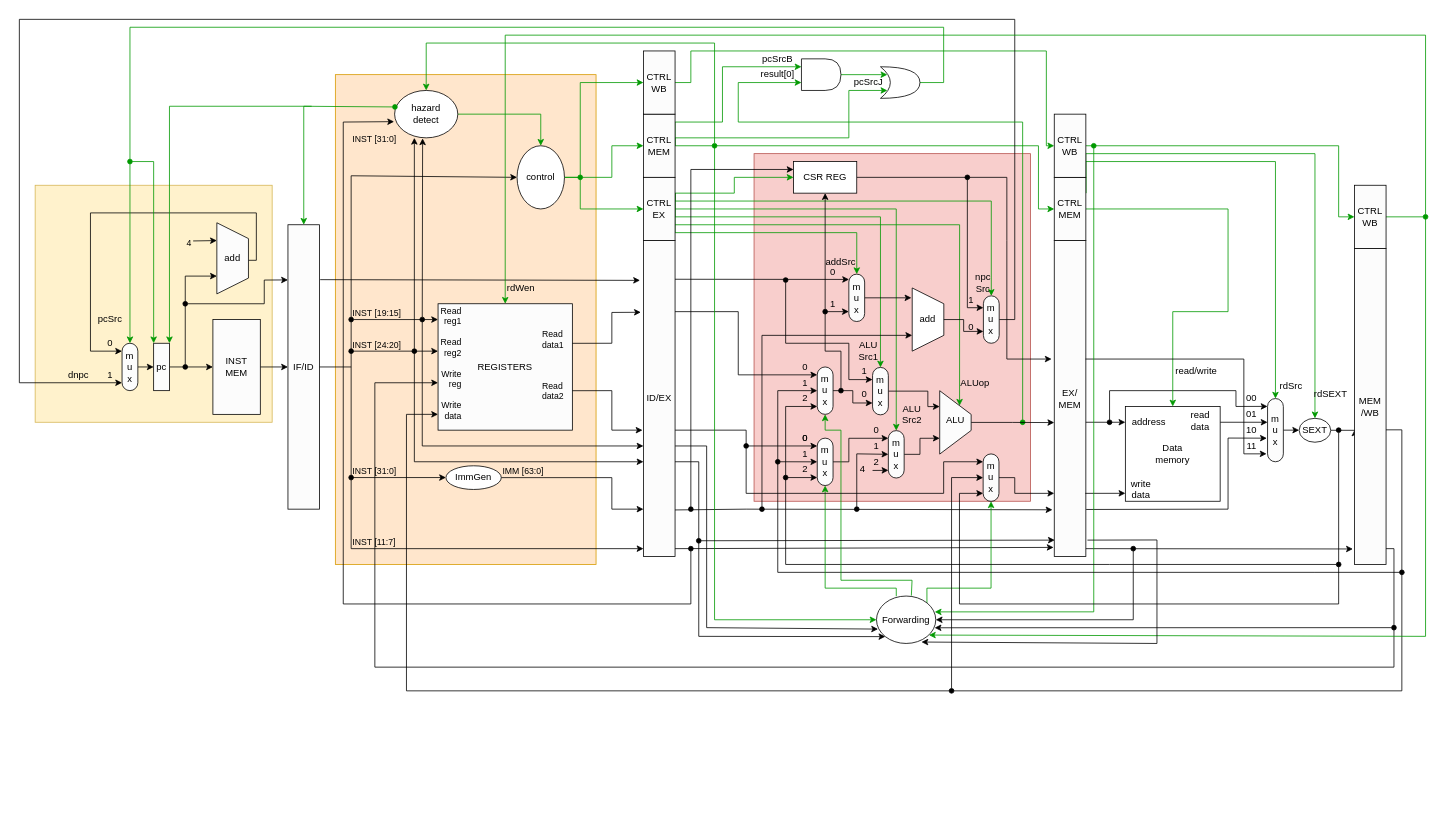
Earlier version of the draw.io diagram Untitled Diagram.drawio (francisyuu/drawtest). Source tidied: cells renumbered, new cells numbered last; positions are measured from the earlier drawing's top-left corner, leaving out a move shared by most shapes. Both pictures are drawn from the tidied source at 79%, with x=0, y=0 at pixel (19, 19).
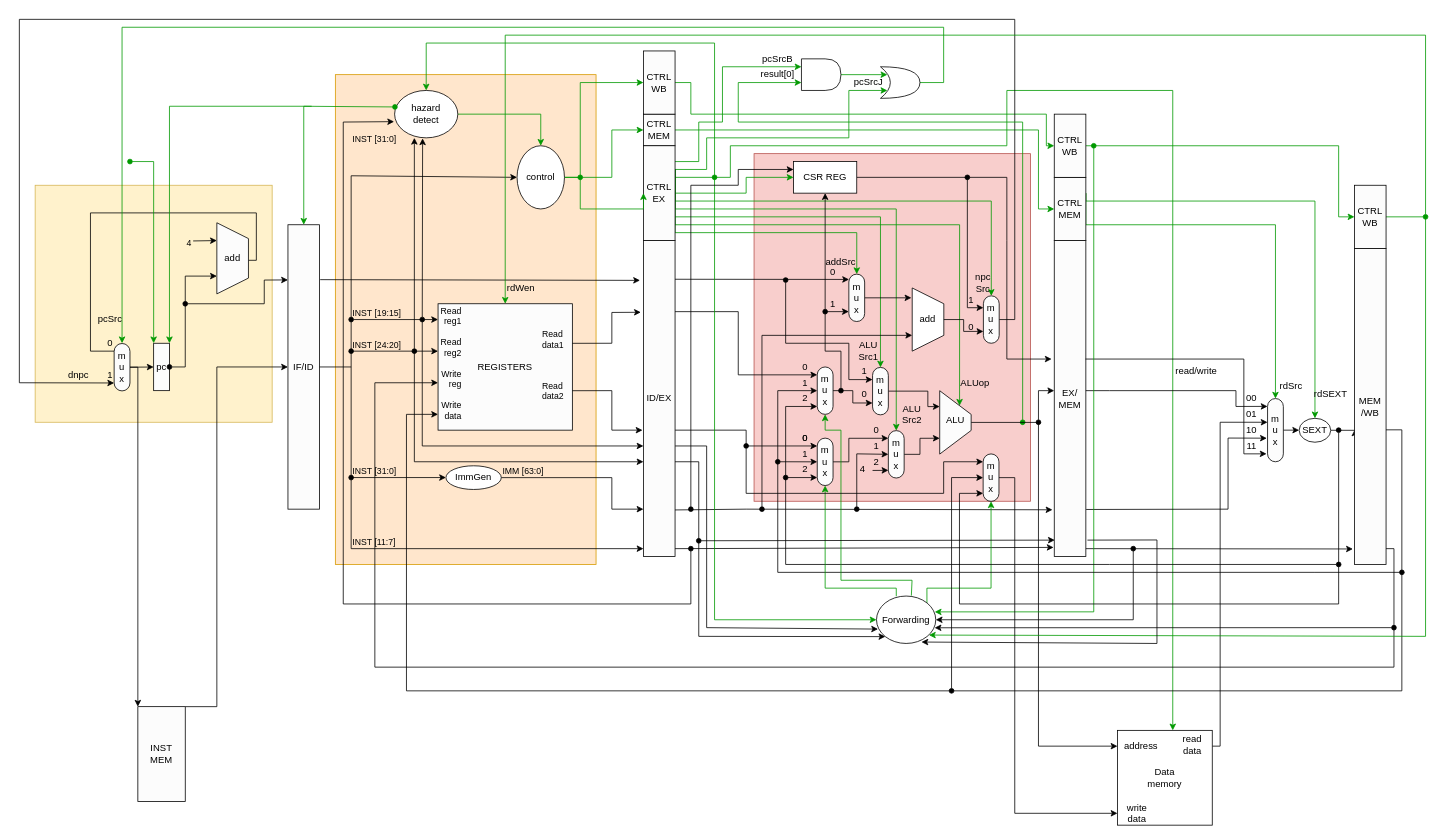
Above is the later version.

Unchanged cells that the change refers to:
```xml
<mxCell id="8" value="pc" style="rounded=0;whiteSpace=wrap;html=1;labelBackgroundColor=none;fontColor=default;fillColor=#FCFCFC;" parent="1" vertex="1">
  <mxGeometry x="170" y="410" width="20" height="60" as="geometry" />
</mxCell>
<mxCell id="11" value="IF/ID" style="rounded=0;whiteSpace=wrap;html=1;labelBackgroundColor=none;fontColor=default;fillColor=#FCFCFC;" parent="1" vertex="1">
  <mxGeometry x="340" y="260" width="40" height="360" as="geometry" />
</mxCell>
<mxCell id="18" style="shape=trapezoid;perimeter=trapezoidPerimeter;whiteSpace=wrap;html=1;fixedSize=1;labelBackgroundColor=none;sketch=0;fontColor=default;fillColor=#FCFCFC;rotation=90;" parent="1" vertex="1">
  <mxGeometry x="225" y="282.5" width="90" height="40" as="geometry" />
</mxCell>
<mxCell id="44" value="CTRL&lt;br&gt;WB" style="rounded=0;whiteSpace=wrap;html=1;labelBackgroundColor=none;sketch=0;fontColor=default;fillColor=#FCFCFC;" parent="1" vertex="1">
  <mxGeometry x="790" y="40" width="40" height="80" as="geometry" />
</mxCell>
<mxCell id="65" value="EX/&lt;br&gt;MEM" style="rounded=0;whiteSpace=wrap;html=1;labelBackgroundColor=none;fontColor=default;fillColor=#FCFCFC;" parent="1" vertex="1">
  <mxGeometry x="1310" y="280" width="40" height="400" as="geometry" />
</mxCell>
<mxCell id="72" value="m&lt;br&gt;u&lt;br&gt;x" style="rounded=1;whiteSpace=wrap;html=1;labelBackgroundColor=none;fontColor=default;fillColor=#FCFCFC;arcSize=50;rotation=0;verticalAlign=middle;" parent="1" vertex="1">
  <mxGeometry x="1580" y="480" width="20" height="80" as="geometry" />
</mxCell>
<mxCell id="80" value="Data&lt;br&gt;memory" style="rounded=0;whiteSpace=wrap;html=1;" parent="79" vertex="1">
  <mxGeometry x="10" width="120" height="120" as="geometry" />
</mxCell>
<mxCell id="81" value="address" style="text;strokeColor=none;align=center;fillColor=none;html=1;verticalAlign=middle;whiteSpace=wrap;rounded=0;" parent="79" vertex="1">
  <mxGeometry x="10" y="5" width="60" height="30" as="geometry" />
</mxCell>
<mxCell id="90" value="CTRL&lt;br&gt;MEM" style="rounded=0;whiteSpace=wrap;html=1;labelBackgroundColor=none;sketch=0;fontColor=default;fillColor=#FCFCFC;" parent="1" vertex="1">
  <mxGeometry x="1310" y="200" width="40" height="80" as="geometry" />
</mxCell>
<mxCell id="92" value="CTRL&lt;br&gt;WB" style="rounded=0;whiteSpace=wrap;html=1;labelBackgroundColor=none;sketch=0;fontColor=default;fillColor=#FCFCFC;" parent="1" vertex="1">
  <mxGeometry x="1310" y="120" width="40" height="80" as="geometry" />
</mxCell>
<mxCell id="97" style="shape=delay;whiteSpace=wrap;html=1;" parent="1" vertex="1">
  <mxGeometry x="990" y="50" width="50" height="40" as="geometry" />
</mxCell>
<mxCell id="124" value="0" style="text;strokeColor=none;align=center;fillColor=none;html=1;verticalAlign=middle;whiteSpace=wrap;rounded=0;" parent="1" vertex="1">
  <mxGeometry x="100" y="400" width="30" height="20" as="geometry" />
</mxCell>
<mxCell id="126" style="shape=xor;whiteSpace=wrap;html=1;" parent="1" vertex="1">
  <mxGeometry x="1090" y="60" width="50" height="40" as="geometry" />
</mxCell>
<mxCell id="130" value="SEXT" style="ellipse;whiteSpace=wrap;html=1;" parent="1" vertex="1">
  <mxGeometry x="1620" y="505" width="40" height="30.3" as="geometry" />
</mxCell>
<mxCell id="137" style="shape=trapezoid;perimeter=trapezoidPerimeter;whiteSpace=wrap;html=1;fixedSize=1;labelBackgroundColor=none;sketch=0;fontColor=default;fillColor=#FCFCFC;rotation=90;size=29.960000000000036;" parent="1" vertex="1">
  <mxGeometry x="1144.8" y="490.3" width="80.2" height="39.8" as="geometry" />
</mxCell>
<mxCell id="149" value="Forwarding" style="ellipse;whiteSpace=wrap;html=1;" parent="1" vertex="1">
  <mxGeometry x="1085" y="730" width="75" height="60" as="geometry" />
</mxCell>
<mxCell id="164" value="hazard&lt;br&gt;detect" style="ellipse;whiteSpace=wrap;html=1;" parent="1" vertex="1">
  <mxGeometry x="475" y="90" width="80" height="60" as="geometry" />
</mxCell>
<mxCell id="172" value="m&lt;br&gt;u&lt;br&gt;x" style="rounded=1;whiteSpace=wrap;html=1;labelBackgroundColor=none;fontColor=default;fillColor=#FCFCFC;arcSize=50;rotation=0;verticalAlign=middle;" parent="1" vertex="1">
  <mxGeometry x="1220" y="550.1" width="20" height="60" as="geometry" />
</mxCell>
<mxCell id="192" value="CSR REG" style="rounded=0;whiteSpace=wrap;html=1;" parent="1" vertex="1">
  <mxGeometry x="980" y="180" width="80" height="40" as="geometry" />
</mxCell>
```

Change to the diagram source:
```diff
@@
-    <mxCell id="7" style="edgeStyle=none;rounded=0;jumpStyle=none;jumpSize=6;jettySize=auto;html=1;exitX=1;exitY=0.5;exitDx=0;exitDy=0;entryX=0;entryY=0.5;entryDx=0;entryDy=0;fontColor=default;startArrow=none;startFill=0;sourcePerimeterSpacing=0;elbow=vertical;" parent="1" edge="1" source="8" target="10">
-      <mxGeometry relative="1" as="geometry" />
-    </mxCell>
@@
-    <mxCell id="9" style="edgeStyle=none;rounded=0;jumpStyle=none;jumpSize=6;jettySize=auto;html=1;exitX=1;exitY=0.5;exitDx=0;exitDy=0;entryX=0;entryY=0.5;entryDx=0;entryDy=0;fontColor=default;startArrow=none;startFill=0;sourcePerimeterSpacing=0;elbow=vertical;" parent="1" edge="1" source="10" target="11">
-      <mxGeometry relative="1" as="geometry" />
+    <mxCell id="9" style="edgeStyle=none;rounded=0;jumpStyle=none;jumpSize=6;jettySize=auto;html=1;exitX=1;exitY=0;exitDx=0;exitDy=0;entryX=0;entryY=0.5;entryDx=0;entryDy=0;fontColor=default;startArrow=none;startFill=0;sourcePerimeterSpacing=0;elbow=vertical;" parent="1" edge="1" source="10" target="11">
+      <mxGeometry relative="1" as="geometry">
+        <Array as="points">
+          <mxPoint x="250" y="870" />
+          <mxPoint x="250" y="440" />
+        </Array>
+      </mxGeometry>
     </mxCell>
     <mxCell id="10" value="INST MEM" style="rounded=0;whiteSpace=wrap;html=1;labelBackgroundColor=none;fontColor=default;fillColor=#FCFCFC;" parent="1" vertex="1">
-      <mxGeometry x="245" y="380" width="60" height="120" as="geometry" />
+      <mxGeometry x="150" y="870" width="60" height="120" as="geometry" />
     </mxCell>
@@
-    <mxCell id="13" style="endArrow=classic;html=1;rounded=0;fontColor=default;sourcePerimeterSpacing=0;elbow=vertical;jumpStyle=none;jumpSize=6;entryX=0.75;entryY=1;entryDx=0;entryDy=0;startArrow=oval;startFill=1;" parent="1" edge="1" target="18">
+    <mxCell id="13" style="endArrow=classic;html=1;rounded=0;fontColor=default;sourcePerimeterSpacing=0;elbow=vertical;jumpStyle=none;jumpSize=6;entryX=0.75;entryY=1;entryDx=0;entryDy=0;startArrow=oval;startFill=1;exitX=1;exitY=0.5;exitDx=0;exitDy=0;" parent="1" edge="1" source="8" target="18">
       <mxGeometry relative="1" as="geometry">
-        <mxPoint x="210" y="440" as="sourcePoint" />
         <Array as="points">
+          <mxPoint x="210" y="440" />
           <mxPoint x="210" y="325" />
         </Array>
       </mxGeometry>
     </mxCell>
@@
-    <mxCell id="39" style="edgeStyle=orthogonalEdgeStyle;rounded=0;jettySize=auto;html=1;exitX=1;exitY=0.5;exitDx=0;exitDy=0;entryX=0;entryY=0.5;entryDx=0;entryDy=0;strokeColor=#009900;" parent="1" edge="1" source="42" target="90">
+    <mxCell id="39" style="edgeStyle=orthogonalEdgeStyle;rounded=0;jettySize=auto;html=1;strokeColor=#009900;exitX=0.971;exitY=0.13;exitDx=0;exitDy=0;exitPerimeter=0;" parent="1" edge="1" source="51" target="80">
       <mxGeometry relative="1" as="geometry">
         <Array as="points">
-          <mxPoint x="1290" y="160" />
-          <mxPoint x="1290" y="240" />
+          <mxPoint x="829" y="200" />
+          <mxPoint x="900" y="200" />
+          <mxPoint x="900" y="160" />
+          <mxPoint x="1250" y="160" />
+          <mxPoint x="1250" y="90" />
+          <mxPoint x="1460" y="90" />
         </Array>
       </mxGeometry>
     </mxCell>
-    <mxCell id="40" style="edgeStyle=orthogonalEdgeStyle;rounded=0;jettySize=auto;html=1;exitX=1;exitY=0.5;exitDx=0;exitDy=0;entryX=0;entryY=0.25;entryDx=0;entryDy=0;strokeColor=#009900;" parent="1" edge="1" source="42" target="97">
+    <mxCell id="40" style="edgeStyle=orthogonalEdgeStyle;rounded=0;jettySize=auto;html=1;exitX=0.995;exitY=0.167;exitDx=0;exitDy=0;entryX=0;entryY=0.25;entryDx=0;entryDy=0;strokeColor=#009900;exitPerimeter=0;" parent="1" edge="1" source="51" target="97">
       <mxGeometry relative="1" as="geometry">
         <Array as="points">
-          <mxPoint x="830" y="130" />
+          <mxPoint x="860" y="180" />
+          <mxPoint x="860" y="130" />
           <mxPoint x="890" y="130" />
           <mxPoint x="890" y="60" />
         </Array>
       </mxGeometry>
     </mxCell>
-    <mxCell id="41" style="edgeStyle=orthogonalEdgeStyle;rounded=0;jettySize=auto;html=1;exitX=1;exitY=0.5;exitDx=0;exitDy=0;entryX=0.175;entryY=0.75;entryDx=0;entryDy=0;entryPerimeter=0;strokeColor=#009900;" parent="1" edge="1" source="42" target="126">
+    <mxCell id="41" style="edgeStyle=orthogonalEdgeStyle;rounded=0;jettySize=auto;html=1;entryX=0.175;entryY=0.75;entryDx=0;entryDy=0;entryPerimeter=0;strokeColor=#009900;exitX=0.977;exitY=0.185;exitDx=0;exitDy=0;exitPerimeter=0;" parent="1" edge="1" source="51" target="126">
       <mxGeometry relative="1" as="geometry">
         <Array as="points">
-          <mxPoint x="830" y="150" />
+          <mxPoint x="870" y="190" />
+          <mxPoint x="870" y="150" />
           <mxPoint x="1050" y="150" />
           <mxPoint x="1050" y="90" />
         </Array>
       </mxGeometry>
     </mxCell>
+    <mxCell id="199" style="edgeStyle=orthogonalEdgeStyle;rounded=0;jettySize=auto;html=1;exitX=1;exitY=0.5;exitDx=0;exitDy=0;entryX=0;entryY=0.5;entryDx=0;entryDy=0;startArrow=none;startFill=0;strokeColor=#009900;" parent="1" edge="1" source="42" target="90">
+      <mxGeometry relative="1" as="geometry">
+        <Array as="points">
+          <mxPoint x="1290" y="140" />
+          <mxPoint x="1290" y="240" />
+        </Array>
+      </mxGeometry>
+    </mxCell>
     <mxCell id="42" value="CTRL&lt;br&gt;MEM" style="rounded=0;whiteSpace=wrap;html=1;labelBackgroundColor=none;sketch=0;fontColor=default;fillColor=#FCFCFC;" parent="1" vertex="1">
-      <mxGeometry x="790" y="120" width="40" height="80" as="geometry" />
+      <mxGeometry x="790" y="120" width="40" height="40" as="geometry" />
     </mxCell>
     <mxCell id="43" style="edgeStyle=orthogonalEdgeStyle;rounded=0;jettySize=auto;html=1;exitX=1;exitY=0.5;exitDx=0;exitDy=0;entryX=0;entryY=0.5;entryDx=0;entryDy=0;strokeColor=#009900;" parent="1" edge="1" source="44" target="92">
       <mxGeometry relative="1" as="geometry">
         <Array as="points">
           <mxPoint x="850" y="80" />
-          <mxPoint x="850" y="40" />
-          <mxPoint x="1300" y="40" />
+          <mxPoint x="850" y="120" />
+          <mxPoint x="1300" y="120" />
           <mxPoint x="1300" y="160" />
         </Array>
       </mxGeometry>
     </mxCell>
@@
     <mxCell id="50" style="edgeStyle=orthogonalEdgeStyle;rounded=0;jettySize=auto;html=1;exitX=1;exitY=0.25;exitDx=0;exitDy=0;entryX=0;entryY=0.5;entryDx=0;entryDy=0;strokeColor=#009900;" parent="1" edge="1" source="51" target="192">
-      <mxGeometry relative="1" as="geometry" />
+      <mxGeometry relative="1" as="geometry">
+        <Array as="points">
+          <mxPoint x="830" y="220" />
+          <mxPoint x="920" y="220" />
+          <mxPoint x="920" y="200" />
+        </Array>
+      </mxGeometry>
     </mxCell>
     <mxCell id="51" value="CTRL&lt;br&gt;EX" style="rounded=0;whiteSpace=wrap;html=1;labelBackgroundColor=none;sketch=0;fontColor=default;fillColor=#FCFCFC;" parent="1" vertex="1">
-      <mxGeometry x="790" y="200" width="40" height="80" as="geometry" />
+      <mxGeometry x="790" y="160" width="40" height="120" as="geometry" />
     </mxCell>
@@
-    <mxCell id="54" style="edgeStyle=orthogonalEdgeStyle;rounded=0;jettySize=auto;html=1;entryX=0;entryY=0.5;entryDx=0;entryDy=0;startArrow=oval;startFill=1;strokeColor=#009900;" parent="1" edge="1" target="42">
+    <mxCell id="54" style="edgeStyle=orthogonalEdgeStyle;rounded=0;jettySize=auto;html=1;startArrow=oval;startFill=1;strokeColor=#009900;entryX=0;entryY=0.5;entryDx=0;entryDy=0;" parent="1" edge="1" target="42">
       <mxGeometry relative="1" as="geometry">
         <mxPoint x="710" y="200" as="sourcePoint" />
         <Array as="points">
           <mxPoint x="750" y="200" />
-          <mxPoint x="750" y="160" />
+          <mxPoint x="750" y="140" />
         </Array>
       </mxGeometry>
     </mxCell>
@@
-    <mxCell id="66" style="endArrow=classic;html=1;rounded=0;exitX=1;exitY=0.722;exitDx=0;exitDy=0;exitPerimeter=0;" parent="1" edge="1">
-      <mxGeometry relative="1" as="geometry">
-        <mxPoint x="1350" y="510" as="sourcePoint" />
-        <mxPoint x="1400" y="510" as="targetPoint" />
-      </mxGeometry>
-    </mxCell>
-    <mxCell id="67" style="endArrow=classic;html=1;rounded=0;exitX=0.982;exitY=0.8;exitDx=0;exitDy=0;exitPerimeter=0;entryX=0.167;entryY=0.665;entryDx=0;entryDy=0;entryPerimeter=0;" parent="1" edge="1" source="65" target="82">
-      <mxGeometry relative="1" as="geometry" />
-    </mxCell>
     <mxCell id="68" style="endArrow=classic;html=1;rounded=0;entryX=0;entryY=0.375;entryDx=0;entryDy=0;entryPerimeter=0;" parent="1" edge="1" target="72">
       <mxGeometry relative="1" as="geometry">
-        <mxPoint x="1520" y="510" as="sourcePoint" />
+        <mxPoint x="1510" y="920" as="sourcePoint" />
+        <Array as="points">
+          <mxPoint x="1520" y="920" />
+          <mxPoint x="1520" y="510" />
+        </Array>
       </mxGeometry>
     </mxCell>
-    <mxCell id="69" style="endArrow=classic;html=1;rounded=0;entryX=0;entryY=0.124;entryDx=0;entryDy=0;entryPerimeter=0;startArrow=oval;startFill=1;" parent="1" edge="1" target="72">
+    <mxCell id="69" style="endArrow=classic;html=1;rounded=0;entryX=0;entryY=0.124;entryDx=0;entryDy=0;entryPerimeter=0;startArrow=none;startFill=0;exitX=1;exitY=0.475;exitDx=0;exitDy=0;exitPerimeter=0;" parent="1" edge="1" source="65" target="72">
       <mxGeometry relative="1" as="geometry">
-        <mxPoint x="1380" y="510" as="sourcePoint" />
         <Array as="points">
           <mxPoint x="1380" y="470" />
           <mxPoint x="1540" y="470" />
           <mxPoint x="1540" y="490" />
         </Array>
       </mxGeometry>
     </mxCell>
@@
     <mxCell id="79" style="group;" parent="1" vertex="1">
-      <mxGeometry x="1390" y="490" width="130" height="120" as="geometry" />
+      <mxGeometry x="1380" y="900" width="130" height="120" as="geometry" />
     </mxCell>
@@
     <mxCell id="82" value="write&lt;br&gt;data" style="text;strokeColor=none;align=center;fillColor=none;html=1;verticalAlign=middle;whiteSpace=wrap;rounded=0;" parent="79" vertex="1">
-      <mxGeometry y="90" width="60" height="30" as="geometry" />
+      <mxGeometry x="10" y="90" width="50" height="30" as="geometry" />
     </mxCell>
@@
+    <mxCell id="200" style="edgeStyle=orthogonalEdgeStyle;rounded=0;jettySize=auto;html=1;exitX=1;exitY=0.5;exitDx=0;exitDy=0;entryX=0;entryY=0;entryDx=0;entryDy=0;strokeColor=#000000;startArrow=none;startFill=0;" parent="1" edge="1" source="86" target="10">
+      <mxGeometry relative="1" as="geometry">
+        <Array as="points">
+          <mxPoint x="150" y="440" />
+          <mxPoint x="150" y="870" />
+        </Array>
+      </mxGeometry>
+    </mxCell>
     <mxCell id="86" value="m&lt;br&gt;u&lt;br&gt;x" style="rounded=1;whiteSpace=wrap;html=1;labelBackgroundColor=none;fontColor=default;fillColor=#FCFCFC;arcSize=50;rotation=0;verticalAlign=middle;" parent="1" vertex="1">
-      <mxGeometry x="130" y="410" width="20" height="60" as="geometry" />
+      <mxGeometry x="120" y="410.3" width="20" height="60" as="geometry" />
     </mxCell>
-    <mxCell id="87" style="edgeStyle=orthogonalEdgeStyle;rounded=0;jettySize=auto;html=1;entryX=0.5;entryY=0;entryDx=0;entryDy=0;exitX=1;exitY=0.5;exitDx=0;exitDy=0;strokeColor=#009900;" parent="1" edge="1" source="90" target="80">
-      <mxGeometry relative="1" as="geometry">
-        <Array as="points">
-          <mxPoint x="1530" y="240" />
-          <mxPoint x="1530" y="370" />
-          <mxPoint x="1460" y="370" />
-        </Array>
-      </mxGeometry>
-    </mxCell>
     <mxCell id="88" style="edgeStyle=orthogonalEdgeStyle;rounded=0;jettySize=auto;html=1;exitX=1;exitY=0.25;exitDx=0;exitDy=0;strokeColor=#009900;" parent="1" edge="1" source="90">
       <mxGeometry relative="1" as="geometry">
         <mxPoint x="1590" y="480" as="targetPoint" />
         <Array as="points">
-          <mxPoint x="1350" y="180" />
-          <mxPoint x="1590" y="180" />
+          <mxPoint x="1350" y="260" />
+          <mxPoint x="1590" y="260" />
         </Array>
       </mxGeometry>
     </mxCell>
     <mxCell id="89" style="edgeStyle=orthogonalEdgeStyle;rounded=0;jettySize=auto;html=1;exitX=1;exitY=0.25;exitDx=0;exitDy=0;entryX=0.5;entryY=0;entryDx=0;entryDy=0;strokeColor=#009900;" parent="1" edge="1" source="90" target="130">
       <mxGeometry relative="1" as="geometry">
         <Array as="points">
-          <mxPoint x="1350" y="170" />
-          <mxPoint x="1640" y="170" />
+          <mxPoint x="1350" y="230" />
+          <mxPoint x="1640" y="230" />
         </Array>
       </mxGeometry>
     </mxCell>
@@
-    <mxCell id="95" style="edgeStyle=orthogonalEdgeStyle;rounded=0;jettySize=auto;html=1;exitX=1;exitY=0.5;exitDx=0;exitDy=0;exitPerimeter=0;strokeColor=#009900;" parent="1" edge="1" source="126">
+    <mxCell id="95" style="edgeStyle=orthogonalEdgeStyle;rounded=0;jettySize=auto;html=1;exitX=1;exitY=0.5;exitDx=0;exitDy=0;exitPerimeter=0;strokeColor=#009900;entryX=1;entryY=0.5;entryDx=0;entryDy=0;" parent="1" edge="1" source="126" target="124">
       <mxGeometry relative="1" as="geometry">
-        <mxPoint x="140" y="410" as="targetPoint" />
         <Array as="points">
           <mxPoint x="1170" y="80" />
           <mxPoint x="1170" y="10" />
-          <mxPoint x="140" y="10" />
+          <mxPoint x="130" y="10" />
         </Array>
       </mxGeometry>
     </mxCell>
@@
-    <mxCell id="136" style="edgeStyle=orthogonalEdgeStyle;rounded=0;jettySize=auto;html=1;exitX=0.5;exitY=0;exitDx=0;exitDy=0;entryX=0;entryY=0.576;entryDx=0;entryDy=0;entryPerimeter=0;" parent="1" edge="1" source="137" target="65">
-      <mxGeometry relative="1" as="geometry" />
+    <mxCell id="136" style="edgeStyle=orthogonalEdgeStyle;rounded=0;jettySize=auto;html=1;exitX=0.5;exitY=0;exitDx=0;exitDy=0;entryX=0;entryY=0.5;entryDx=0;entryDy=0;" parent="1" edge="1" source="137" target="81">
+      <mxGeometry relative="1" as="geometry">
+        <Array as="points">
+          <mxPoint x="1290" y="510" />
+          <mxPoint x="1290" y="920" />
+        </Array>
+      </mxGeometry>
     </mxCell>
@@
     <mxCell id="165" style="endArrow=classic;html=1;rounded=0;entryX=0.5;entryY=0;entryDx=0;entryDy=0;startArrow=oval;startFill=1;strokeColor=#009900;" parent="1" edge="1" target="164">
       <mxGeometry relative="1" as="geometry">
-        <mxPoint x="880" y="160" as="sourcePoint" />
+        <mxPoint x="880" y="200" as="sourcePoint" />
         <Array as="points">
           <mxPoint x="880" y="30" />
           <mxPoint x="515" y="30" />
         </Array>
       </mxGeometry>
     </mxCell>
@@
-    <mxCell id="171" style="edgeStyle=orthogonalEdgeStyle;rounded=0;jettySize=auto;html=1;exitX=1;exitY=0.5;exitDx=0;exitDy=0;entryX=0;entryY=0.8;entryDx=0;entryDy=0;entryPerimeter=0;" parent="1" edge="1" source="172" target="65">
+    <mxCell id="171" style="edgeStyle=orthogonalEdgeStyle;rounded=0;jettySize=auto;html=1;exitX=1;exitY=0.5;exitDx=0;exitDy=0;entryX=0;entryY=0.5;entryDx=0;entryDy=0;" parent="1" edge="1" source="172" target="82">
       <mxGeometry relative="1" as="geometry">
         <Array as="points">
           <mxPoint x="1260" y="580" />
-          <mxPoint x="1260" y="600" />
+          <mxPoint x="1260" y="1005" />
         </Array>
       </mxGeometry>
     </mxCell>
@@
     <mxCell id="176" style="endArrow=classic;html=1;rounded=0;entryX=0;entryY=0.5;entryDx=0;entryDy=0;strokeColor=#009900;" parent="1" edge="1" target="149">
       <mxGeometry relative="1" as="geometry">
-        <mxPoint x="880" y="160" as="sourcePoint" />
+        <mxPoint x="880" y="200" as="sourcePoint" />
         <Array as="points">
           <mxPoint x="880" y="760" />
         </Array>
       </mxGeometry>
     </mxCell>
@@
     <mxCell id="197" style="endArrow=classic;html=1;rounded=0;entryX=0;entryY=0.25;entryDx=0;entryDy=0;startArrow=oval;startFill=1;" parent="1" edge="1" target="192">
       <mxGeometry relative="1" as="geometry">
         <mxPoint x="850" y="620" as="sourcePoint" />
         <Array as="points">
-          <mxPoint x="850" y="190" />
+          <mxPoint x="850" y="210" />
+          <mxPoint x="910" y="210" />
+          <mxPoint x="910" y="190" />
         </Array>
       </mxGeometry>
     </mxCell>
@@
+    <mxCell id="201" style="endArrow=classic;html=1;rounded=0;startArrow=oval;startFill=1;" parent="1" edge="1">
+      <mxGeometry relative="1" as="geometry">
+        <mxPoint x="1290" y="510" as="sourcePoint" />
+        <mxPoint x="1310" y="470" as="targetPoint" />
+        <Array as="points">
+          <mxPoint x="1290" y="470" />
+        </Array>
+      </mxGeometry>
+    </mxCell>
```
